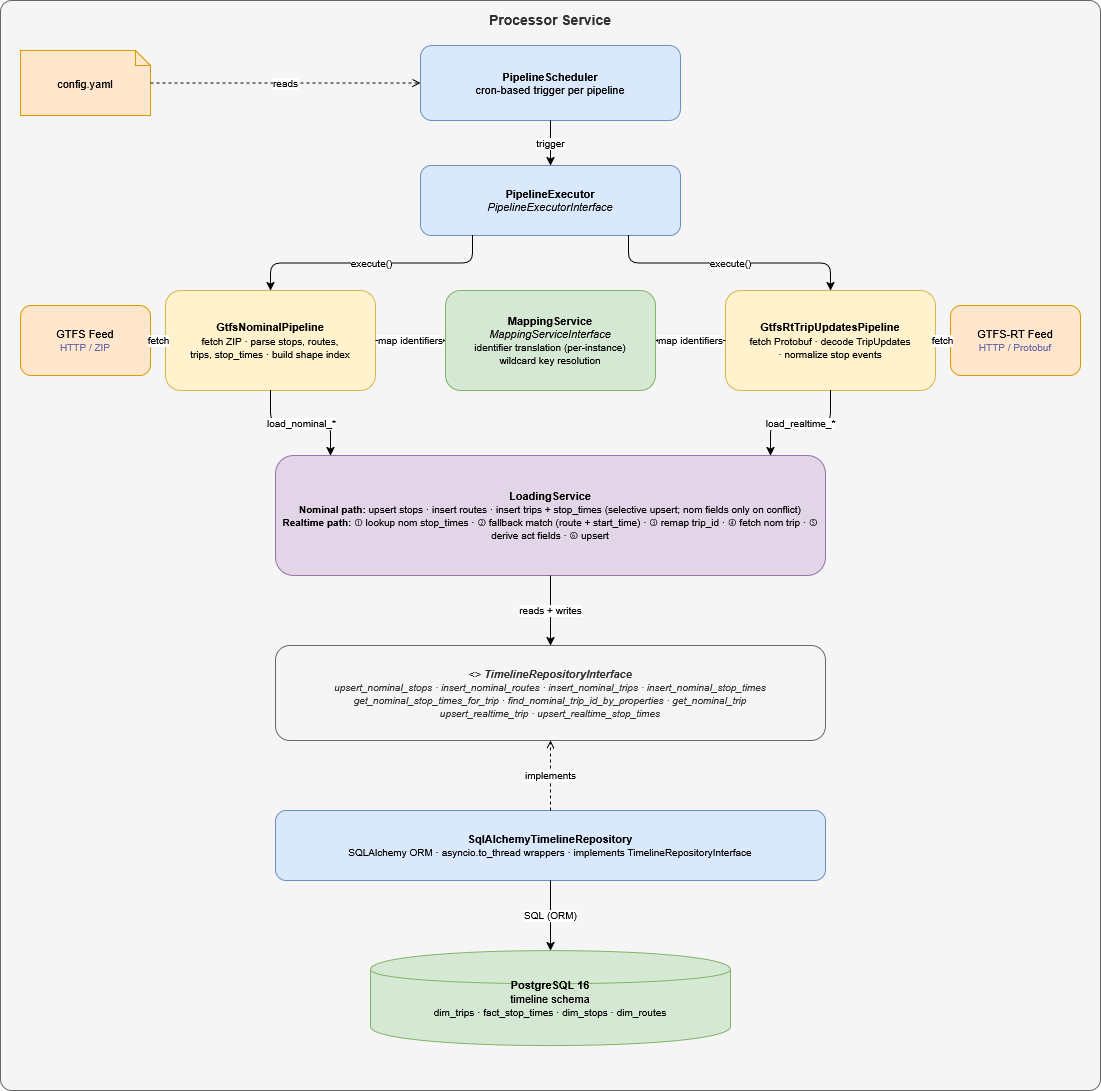
Before: docs/processor.png, a diagram exported from draw.io (sebastianknopf/timeline). Source tidied: cells renumbered, new cells last; positions are measured from the earlier drawing's top-left corner, leaving out a move shared by most shapes.
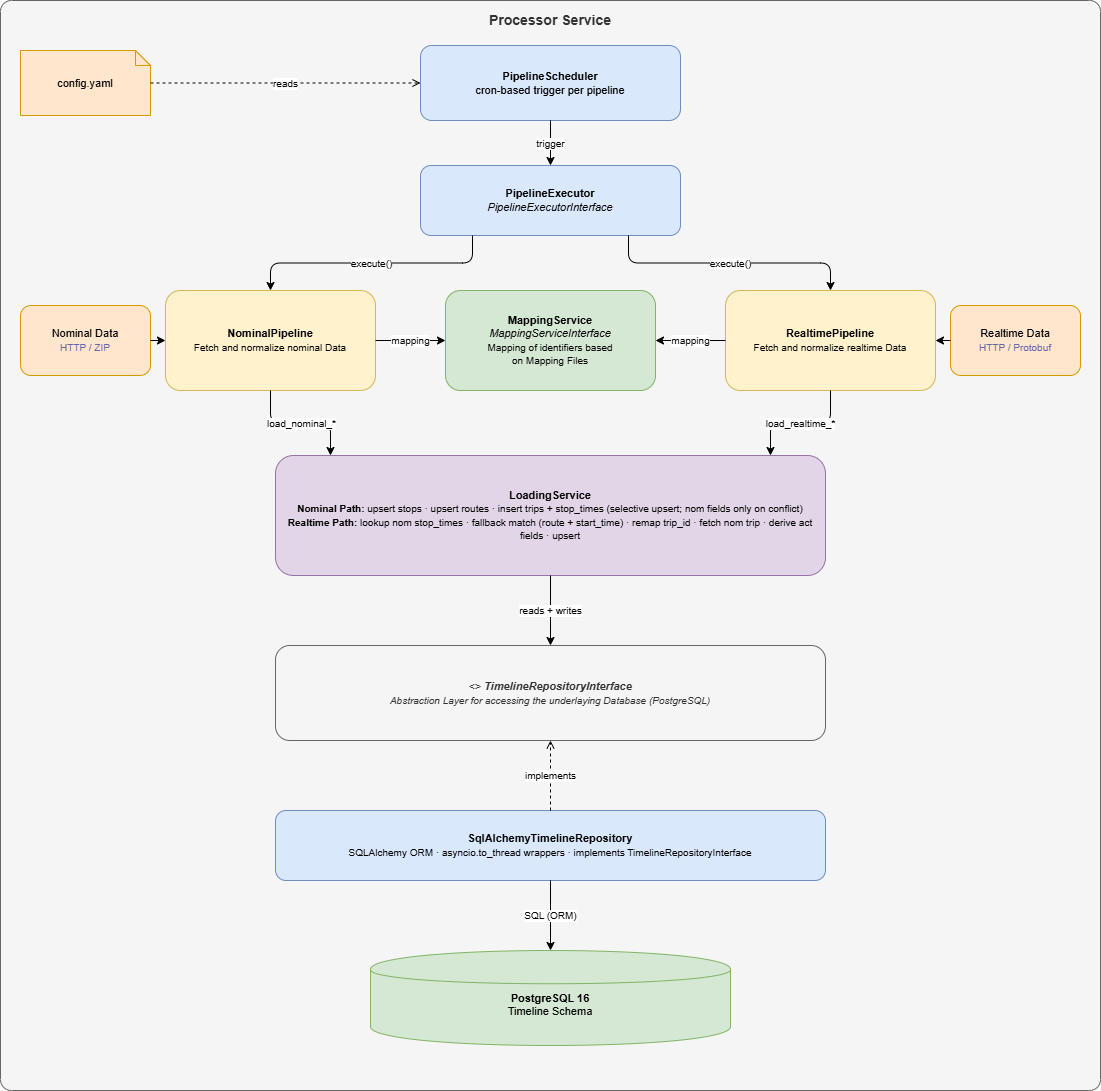
Later version of the same file.

Commit message:
cleaned up processor architecture diagram

The edit, as a diff of the source:
```diff
@@ -14,31 +14,31 @@
     <mxCell id="5" value="&lt;b&gt;PipelineExecutor&lt;/b&gt;&lt;br/&gt;&lt;i&gt;PipelineExecutorInterface&lt;/i&gt;" style="rounded=1;whiteSpace=wrap;html=1;fillColor=#dae8fc;strokeColor=#6c8ebf;fontSize=11;" parent="1" vertex="1">
       <mxGeometry x="420" y="165" width="260" height="70" as="geometry" />
     </mxCell>
-    <mxCell id="6" value="GTFS Feed&lt;br/&gt;&lt;font color='#6666aa' style='font-size:10px'&gt;HTTP / ZIP&lt;/font&gt;" style="rounded=1;whiteSpace=wrap;html=1;fillColor=#ffe6cc;strokeColor=#d79b00;fontSize=11;" parent="1" vertex="1">
+    <mxCell id="6" value="Nominal Data&lt;br&gt;&lt;font color=&quot;#6666aa&quot; style=&quot;font-size: 10px;&quot;&gt;HTTP / ZIP&lt;/font&gt;" style="rounded=1;whiteSpace=wrap;html=1;fillColor=#ffe6cc;strokeColor=#d79b00;fontSize=11;" parent="1" vertex="1">
       <mxGeometry x="20" y="305" width="130" height="70" as="geometry" />
     </mxCell>
-    <mxCell id="7" value="&lt;b&gt;GtfsNominalPipeline&lt;/b&gt;&lt;br/&gt;&lt;font style='font-size:10px'&gt;fetch ZIP · parse stops, routes,&lt;br/&gt;trips, stop_times · build shape index&lt;/font&gt;" style="rounded=1;whiteSpace=wrap;html=1;fillColor=#fff2cc;strokeColor=#d6b656;fontSize=11;" parent="1" vertex="1">
+    <mxCell id="7" value="&lt;b&gt;NominalPipeline&lt;/b&gt;&lt;br&gt;&lt;font style=&quot;font-size:10px&quot;&gt;Fetch and normalize nominal Data&lt;/font&gt;" style="rounded=1;whiteSpace=wrap;html=1;fillColor=#fff2cc;strokeColor=#d6b656;fontSize=11;" parent="1" vertex="1">
       <mxGeometry x="165" y="290" width="210" height="100" as="geometry" />
     </mxCell>
-    <mxCell id="8" value="&lt;b&gt;MappingService&lt;/b&gt;&lt;br/&gt;&lt;i&gt;MappingServiceInterface&lt;/i&gt;&lt;br/&gt;&lt;font style='font-size:10px'&gt;identifier translation (per-instance)&lt;br/&gt;wildcard key resolution&lt;/font&gt;" style="rounded=1;whiteSpace=wrap;html=1;fillColor=#d5e8d4;strokeColor=#82b366;fontSize=11;" parent="1" vertex="1">
+    <mxCell id="8" value="&lt;b&gt;MappingService&lt;/b&gt;&lt;br&gt;&lt;i&gt;MappingServiceInterface&lt;/i&gt;&lt;br&gt;&lt;font style=&quot;font-size:10px&quot;&gt;Mapping of identifiers based &lt;br&gt;on Mapping Files&lt;/font&gt;" style="rounded=1;whiteSpace=wrap;html=1;fillColor=#d5e8d4;strokeColor=#82b366;fontSize=11;" parent="1" vertex="1">
       <mxGeometry x="445" y="290" width="210" height="100" as="geometry" />
     </mxCell>
-    <mxCell id="9" value="&lt;b&gt;GtfsRtTripUpdatesPipeline&lt;/b&gt;&lt;br/&gt;&lt;font style='font-size:10px'&gt;fetch Protobuf · decode TripUpdates&lt;br/&gt;· normalize stop events&lt;/font&gt;" style="rounded=1;whiteSpace=wrap;html=1;fillColor=#fff2cc;strokeColor=#d6b656;fontSize=11;" parent="1" vertex="1">
+    <mxCell id="9" value="&lt;b&gt;RealtimePipeline&lt;/b&gt;&lt;br&gt;&lt;font style=&quot;font-size:10px&quot;&gt;Fetch and normalize realtime Data&lt;/font&gt;" style="rounded=1;whiteSpace=wrap;html=1;fillColor=#fff2cc;strokeColor=#d6b656;fontSize=11;" parent="1" vertex="1">
       <mxGeometry x="725" y="290" width="210" height="100" as="geometry" />
     </mxCell>
-    <mxCell id="10" value="GTFS-RT Feed&lt;br/&gt;&lt;font color='#6666aa' style='font-size:10px'&gt;HTTP / Protobuf&lt;/font&gt;" style="rounded=1;whiteSpace=wrap;html=1;fillColor=#ffe6cc;strokeColor=#d79b00;fontSize=11;" parent="1" vertex="1">
+    <mxCell id="10" value="Realtime Data&lt;br&gt;&lt;font color=&quot;#6666aa&quot; style=&quot;font-size: 10px;&quot;&gt;HTTP / Protobuf&lt;/font&gt;" style="rounded=1;whiteSpace=wrap;html=1;fillColor=#ffe6cc;strokeColor=#d79b00;fontSize=11;" parent="1" vertex="1">
       <mxGeometry x="950" y="305" width="130" height="70" as="geometry" />
     </mxCell>
-    <mxCell id="11" value="&lt;b&gt;LoadingService&lt;/b&gt;&lt;br/&gt;&lt;font style='font-size:10px'&gt;&lt;b&gt;Nominal path:&lt;/b&gt; upsert stops · insert routes · insert trips + stop_times (selective upsert; nom fields only on conflict)&lt;/font&gt;&lt;br/&gt;&lt;font style='font-size:10px'&gt;&lt;b&gt;Realtime path:&lt;/b&gt; ① lookup nom stop_times · ② fallback match (route + start_time) · ③ remap trip_id · ④ fetch nom trip · ⑤ derive act fields · ⑥ upsert&lt;/font&gt;" style="rounded=1;whiteSpace=wrap;html=1;fillColor=#e1d5e7;strokeColor=#9673a6;fontSize=11;" parent="1" vertex="1">
+    <mxCell id="11" value="&lt;b&gt;LoadingService&lt;/b&gt;&lt;br&gt;&lt;font style=&quot;font-size:10px&quot;&gt;&lt;b&gt;Nominal Path:&lt;/b&gt; upsert stops · upsert routes · insert trips + stop_times (selective upsert; nom fields only on conflict)&lt;/font&gt;&lt;br&gt;&lt;font style=&quot;font-size:10px&quot;&gt;&lt;b&gt;Realtime Path:&lt;/b&gt;&amp;nbsp;lookup nom stop_times · fallback match (route + start_time) · remap trip_id · fetch nom trip · derive act fields · upsert&lt;/font&gt;" style="rounded=1;whiteSpace=wrap;html=1;fillColor=#e1d5e7;strokeColor=#9673a6;fontSize=11;" parent="1" vertex="1">
       <mxGeometry x="275" y="455" width="550" height="120" as="geometry" />
     </mxCell>
-    <mxCell id="12" value="&lt;&lt;Protocol&gt;&gt; &lt;b&gt;TimelineRepositoryInterface&lt;/b&gt;&lt;br/&gt;&lt;font style='font-size:10px'&gt;upsert_nominal_stops · insert_nominal_routes · insert_nominal_trips · insert_nominal_stop_times&lt;br/&gt;get_nominal_stop_times_for_trip · find_nominal_trip_id_by_properties · get_nominal_trip&lt;br/&gt;upsert_realtime_trip · upsert_realtime_stop_times&lt;/font&gt;" style="rounded=1;whiteSpace=wrap;html=1;fillColor=#f5f5f5;strokeColor=#666666;fontColor=#333333;fontSize=11;fontStyle=2;" parent="1" vertex="1">
+    <mxCell id="12" value="&amp;lt;&amp;gt; &lt;b&gt;TimelineRepositoryInterface&lt;/b&gt;&lt;br&gt;&lt;span style=&quot;font-size: 10px;&quot;&gt;Abstraction Layer for accessing the underlaying Database (PostgreSQL)&lt;/span&gt;" style="rounded=1;whiteSpace=wrap;html=1;fillColor=#f5f5f5;strokeColor=#666666;fontColor=#333333;fontSize=11;fontStyle=2;" parent="1" vertex="1">
       <mxGeometry x="275" y="645" width="550" height="95" as="geometry" />
     </mxCell>
     <mxCell id="13" value="&lt;b&gt;SqlAlchemyTimelineRepository&lt;/b&gt;&lt;br/&gt;&lt;font style='font-size:10px'&gt;SQLAlchemy ORM · asyncio.to_thread wrappers · implements TimelineRepositoryInterface&lt;/font&gt;" style="rounded=1;whiteSpace=wrap;html=1;fillColor=#dae8fc;strokeColor=#6c8ebf;fontSize=11;" parent="1" vertex="1">
       <mxGeometry x="275" y="810" width="550" height="70" as="geometry" />
     </mxCell>
-    <mxCell id="14" value="&lt;b&gt;PostgreSQL 16&lt;/b&gt;&lt;br/&gt;timeline schema&lt;br/&gt;&lt;font style='font-size:10px'&gt;dim_trips · fact_stop_times · dim_stops · dim_routes&lt;/font&gt;" style="shape=cylinder;whiteSpace=wrap;html=1;fillColor=#d5e8d4;strokeColor=#82b366;fontSize=11;" parent="1" vertex="1">
+    <mxCell id="14" value="&lt;b&gt;&lt;br&gt;PostgreSQL 16&lt;/b&gt;&lt;br&gt;Timeline Schema" style="shape=cylinder;whiteSpace=wrap;html=1;fillColor=#d5e8d4;strokeColor=#82b366;fontSize=11;" parent="1" vertex="1">
       <mxGeometry x="370" y="950" width="360" height="95" as="geometry" />
     </mxCell>
     <mxCell id="15" value="reads" style="edgeStyle=orthogonalEdgeStyle;html=1;fontSize=10;dashed=1;endArrow=open;endFill=0;exitX=1;exitY=0.5;exitDx=0;exitDy=0;entryX=0;entryY=0.5;entryDx=0;entryDy=0;" parent="1" edge="1" source="3" target="4">
@@ -53,16 +53,16 @@
     <mxCell id="18" value="execute()" style="edgeStyle=orthogonalEdgeStyle;html=1;fontSize=10;exitX=0.8;exitY=1;exitDx=0;exitDy=0;entryX=0.5;entryY=0;entryDx=0;entryDy=0;" parent="1" edge="1" source="5" target="9">
       <mxGeometry relative="1" as="geometry" />
     </mxCell>
-    <mxCell id="19" value="fetch" style="edgeStyle=orthogonalEdgeStyle;html=1;fontSize=10;exitX=1;exitY=0.5;exitDx=0;exitDy=0;entryX=0;entryY=0.5;entryDx=0;entryDy=0;" parent="1" edge="1" source="6" target="7">
+    <mxCell id="19" style="edgeStyle=orthogonalEdgeStyle;html=1;fontSize=10;exitX=1;exitY=0.5;exitDx=0;exitDy=0;entryX=0;entryY=0.5;entryDx=0;entryDy=0;" parent="1" edge="1" source="6" target="7">
       <mxGeometry relative="1" as="geometry" />
     </mxCell>
-    <mxCell id="20" value="fetch" style="edgeStyle=orthogonalEdgeStyle;html=1;fontSize=10;exitX=0;exitY=0.5;exitDx=0;exitDy=0;entryX=1;entryY=0.5;entryDx=0;entryDy=0;" parent="1" edge="1" source="10" target="9">
+    <mxCell id="20" style="edgeStyle=orthogonalEdgeStyle;html=1;fontSize=10;exitX=0;exitY=0.5;exitDx=0;exitDy=0;entryX=1;entryY=0.5;entryDx=0;entryDy=0;" parent="1" edge="1" source="10" target="9">
       <mxGeometry relative="1" as="geometry" />
     </mxCell>
-    <mxCell id="21" value="map identifiers" style="edgeStyle=orthogonalEdgeStyle;html=1;fontSize=10;exitX=1;exitY=0.5;exitDx=0;exitDy=0;entryX=0;entryY=0.5;entryDx=0;entryDy=0;" parent="1" edge="1" source="7" target="8">
+    <mxCell id="21" value="mapping" style="edgeStyle=orthogonalEdgeStyle;html=1;fontSize=10;exitX=1;exitY=0.5;exitDx=0;exitDy=0;entryX=0;entryY=0.5;entryDx=0;entryDy=0;" parent="1" edge="1" source="7" target="8">
       <mxGeometry relative="1" as="geometry" />
     </mxCell>
-    <mxCell id="22" value="map identifiers" style="edgeStyle=orthogonalEdgeStyle;html=1;fontSize=10;exitX=0;exitY=0.5;exitDx=0;exitDy=0;entryX=1;entryY=0.5;entryDx=0;entryDy=0;" parent="1" edge="1" source="9" target="8">
+    <mxCell id="22" value="mapping" style="edgeStyle=orthogonalEdgeStyle;html=1;fontSize=10;exitX=0;exitY=0.5;exitDx=0;exitDy=0;entryX=1;entryY=0.5;entryDx=0;entryDy=0;" parent="1" edge="1" source="9" target="8">
       <mxGeometry relative="1" as="geometry" />
     </mxCell>
     <mxCell id="23" value="load_nominal_*" style="edgeStyle=orthogonalEdgeStyle;html=1;fontSize=10;exitX=0.5;exitY=1;exitDx=0;exitDy=0;entryX=0.1;entryY=0;entryDx=0;entryDy=0;" parent="1" edge="1" source="7" target="11">
```
